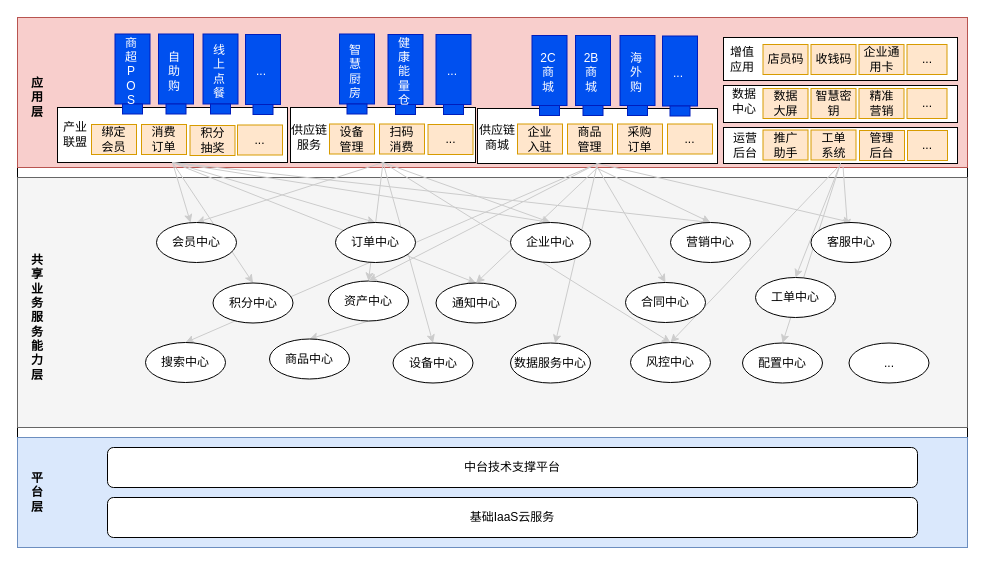
kinvensan/drawio keeps this draw.io diagram as page "business" (2 of 5) of cgc/cgc-framework.drawio. Above is the earlier version. Source tidied: cells renumbered, new cells numbered last; positions are measured from the earlier drawing's top-left corner, leaving out a move shared by most shapes. Both pictures are drawn from the tidied source at 100%, with x=0, y=0 at pixel (17, 17).
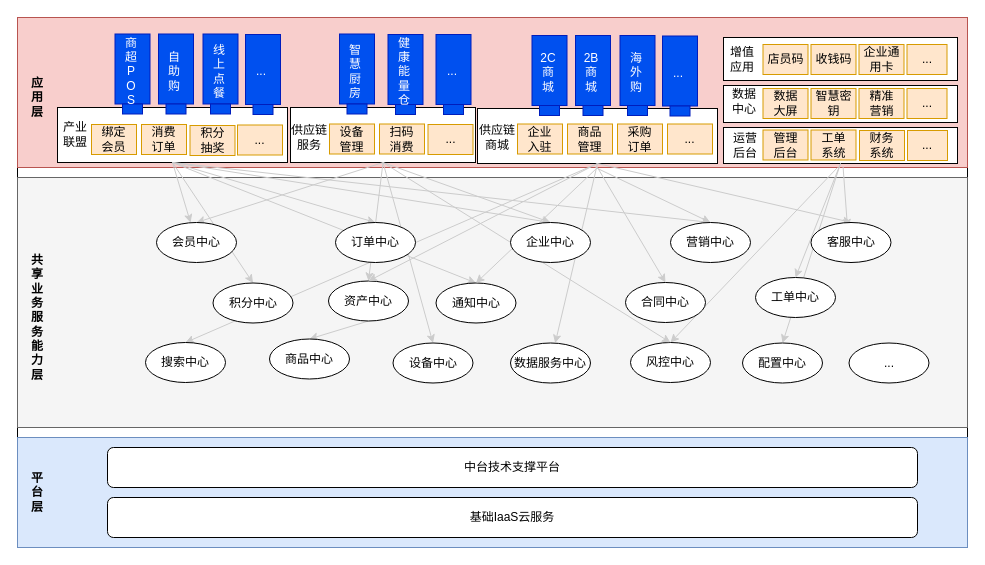
The same page after the edit.

Change to the diagram source:
```diff
@@
-    <mxCell id="75" value="推广&lt;br&gt;助手" style="rounded=0;whiteSpace=wrap;html=1;fillColor=#ffe6cc;strokeColor=#d79b00;" parent="1" vertex="1">
+    <mxCell id="75" value="管理&lt;br&gt;后台" style="rounded=0;whiteSpace=wrap;html=1;fillColor=#ffe6cc;strokeColor=#d79b00;" parent="1" vertex="1">
       <mxGeometry x="745.5" y="112.5" width="45" height="30" as="geometry" />
     </mxCell>
@@
-    <mxCell id="77" value="管理&lt;br&gt;后台" style="rounded=0;whiteSpace=wrap;html=1;fillColor=#ffe6cc;strokeColor=#d79b00;" parent="1" vertex="1">
+    <mxCell id="77" value="财务&lt;br&gt;系统" style="rounded=0;whiteSpace=wrap;html=1;fillColor=#ffe6cc;strokeColor=#d79b00;" parent="1" vertex="1">
       <mxGeometry x="842" y="113" width="45" height="30" as="geometry" />
     </mxCell>
```
